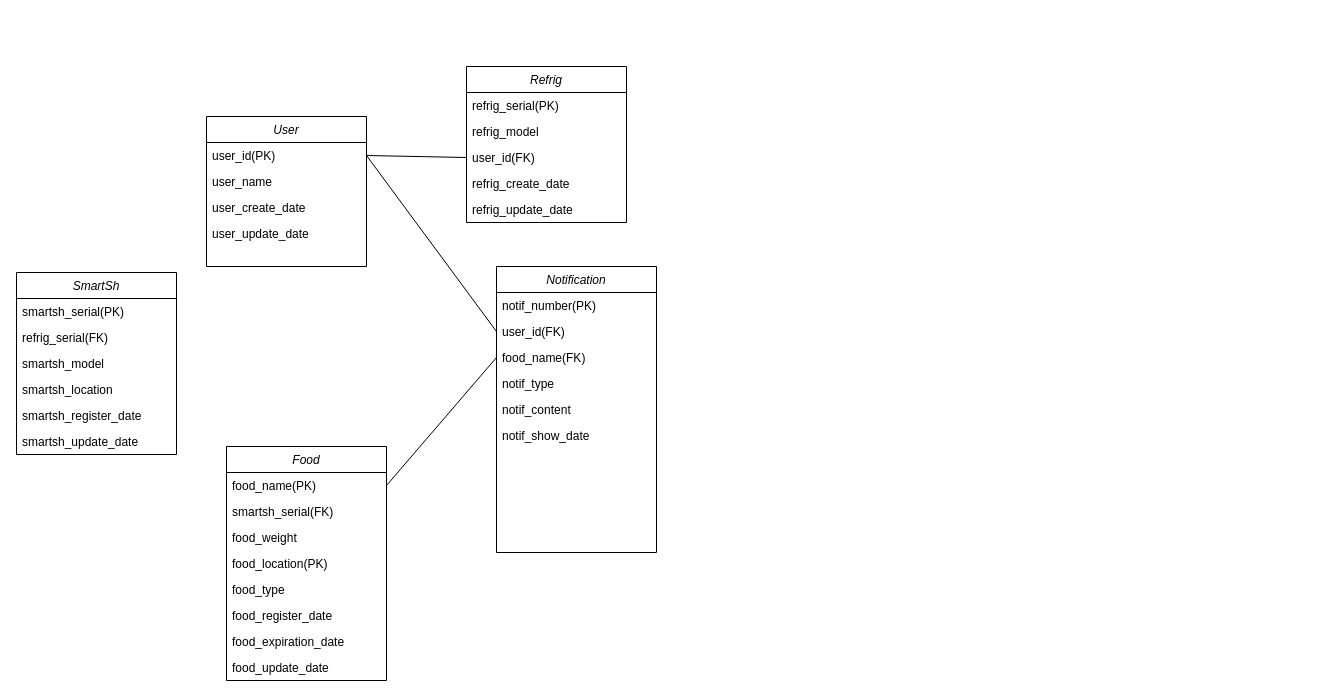
Earlier version of the draw.io diagram 클래스 다이어그램.drawio (coin-cidence/FT_ieland_Introduce). Source tidied: cells renumbered, new cells numbered last; positions are measured from the earlier drawing's top-left corner, leaving out a move shared by most shapes. Both pictures are drawn from the tidied source at 100%, with x=0, y=0 at pixel (16, 66).
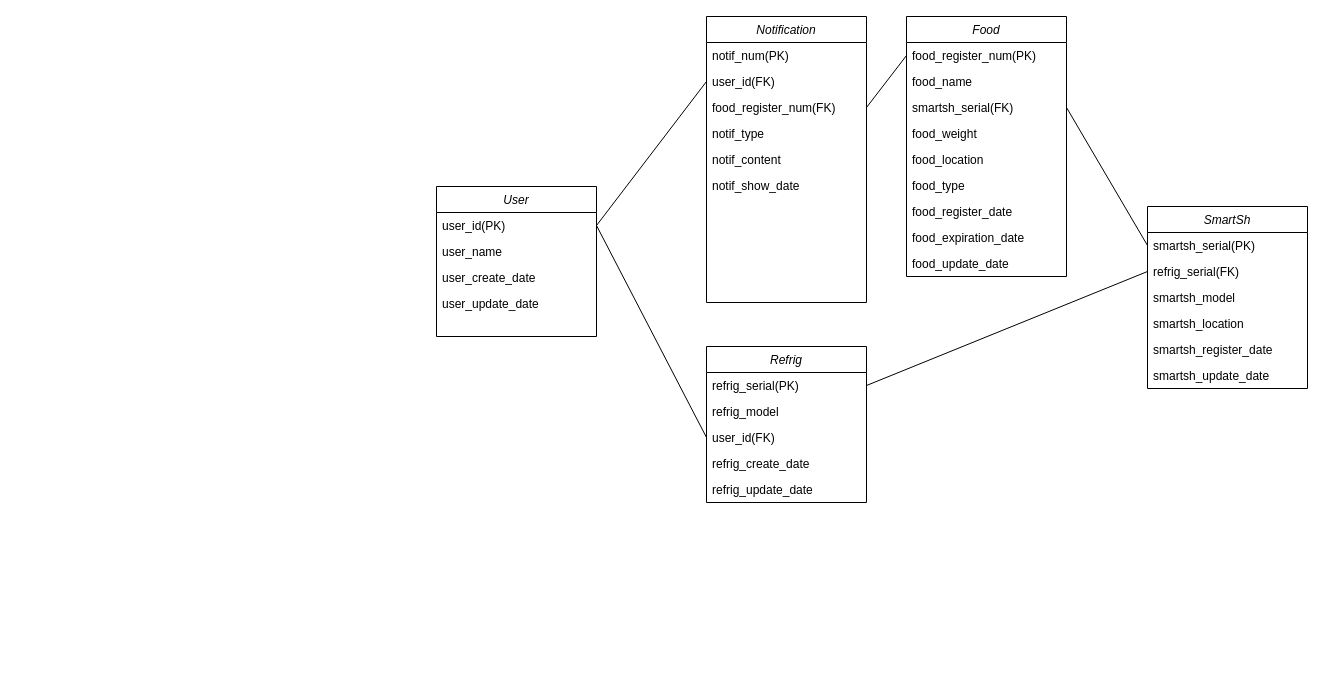
Above is the later version.

Commit message (it also covers changes not shown here):
클래스 다이어그램.drawio 업데이트

The change refers to these unchanged cells:
```xml
<mxCell id="8" value="refrig_serial(PK)" style="text;align=left;verticalAlign=top;spacingLeft=4;spacingRight=4;overflow=hidden;points=[[0,0.5],[1,0.5]];portConstraint=eastwest;" parent="7" vertex="1">
  <mxGeometry y="26" width="160" height="26" as="geometry" />
</mxCell>
<mxCell id="15" value="smartsh_serial(PK)" style="text;align=left;verticalAlign=top;spacingLeft=4;spacingRight=4;overflow=hidden;points=[[0,0.5],[1,0.5]];portConstraint=eastwest;" parent="14" vertex="1">
  <mxGeometry y="26" width="160" height="26" as="geometry" />
</mxCell>
<mxCell id="16" value="refrig_serial(FK)" style="text;align=left;verticalAlign=top;spacingLeft=4;spacingRight=4;overflow=hidden;points=[[0,0.5],[1,0.5]];portConstraint=eastwest;" parent="14" vertex="1">
  <mxGeometry y="52" width="160" height="26" as="geometry" />
</mxCell>
```

What changed in the source:
```diff
@@
     <mxCell id="2" value="User" style="swimlane;fontStyle=2;align=center;verticalAlign=top;horizontal=1;startSize=26;rounded=0;shadow=0;strokeWidth=1;" parent="1" vertex="1">
-      <mxGeometry x="190" y="50" width="160" height="150" as="geometry" />
+      <mxGeometry x="420" y="120" width="160" height="150" as="geometry" />
     </mxCell>
@@
     <mxCell id="7" value="Refrig" style="swimlane;fontStyle=2;align=center;verticalAlign=top;horizontal=1;startSize=26;rounded=0;shadow=0;strokeWidth=1;" parent="1" vertex="1">
-      <mxGeometry x="450" width="160" height="156" as="geometry" />
+      <mxGeometry x="690" y="280" width="160" height="156" as="geometry" />
     </mxCell>
@@
     <mxCell id="14" value="SmartSh" style="swimlane;fontStyle=2;align=center;verticalAlign=top;horizontal=1;startSize=26;rounded=0;shadow=0;strokeWidth=1;" parent="1" vertex="1">
-      <mxGeometry y="206" width="160" height="182" as="geometry" />
+      <mxGeometry x="1131" y="140" width="160" height="182" as="geometry" />
     </mxCell>
@@
     <mxCell id="21" value="Food" style="swimlane;fontStyle=2;align=center;verticalAlign=top;horizontal=1;startSize=26;rounded=0;shadow=0;strokeWidth=1;" parent="1" vertex="1">
-      <mxGeometry x="210" y="380" width="160" height="234" as="geometry" />
+      <mxGeometry x="890" y="-50" width="160" height="260" as="geometry" />
     </mxCell>
+    <mxCell id="39" value="food_register_num(PK)" style="text;align=left;verticalAlign=top;spacingLeft=4;spacingRight=4;overflow=hidden;points=[[0,0.5],[1,0.5]];portConstraint=eastwest;" parent="21" vertex="1">
+      <mxGeometry y="26" width="160" height="26" as="geometry" />
+    </mxCell>
-    <mxCell id="22" value="food_name(PK)" style="text;align=left;verticalAlign=top;spacingLeft=4;spacingRight=4;overflow=hidden;points=[[0,0.5],[1,0.5]];portConstraint=eastwest;" parent="21" vertex="1">
-      <mxGeometry y="26" width="160" height="26" as="geometry" />
+    <mxCell id="22" value="food_name" style="text;align=left;verticalAlign=top;spacingLeft=4;spacingRight=4;overflow=hidden;points=[[0,0.5],[1,0.5]];portConstraint=eastwest;" parent="21" vertex="1">
+      <mxGeometry y="52" width="160" height="26" as="geometry" />
     </mxCell>
     <mxCell id="23" value="smartsh_serial(FK)" style="text;align=left;verticalAlign=top;spacingLeft=4;spacingRight=4;overflow=hidden;points=[[0,0.5],[1,0.5]];portConstraint=eastwest;" parent="21" vertex="1">
-      <mxGeometry y="52" width="160" height="26" as="geometry" />
+      <mxGeometry y="78" width="160" height="26" as="geometry" />
     </mxCell>
     <mxCell id="24" value="food_weight" style="text;align=left;verticalAlign=top;spacingLeft=4;spacingRight=4;overflow=hidden;rounded=0;shadow=0;html=0;" parent="21" vertex="1">
-      <mxGeometry y="78" width="160" height="26" as="geometry" />
+      <mxGeometry y="104" width="160" height="26" as="geometry" />
     </mxCell>
-    <mxCell id="25" value="food_location(PK)" style="text;align=left;verticalAlign=top;spacingLeft=4;spacingRight=4;overflow=hidden;rounded=0;shadow=0;html=0;" parent="21" vertex="1">
-      <mxGeometry y="104" width="160" height="26" as="geometry" />
+    <mxCell id="25" value="food_location" style="text;align=left;verticalAlign=top;spacingLeft=4;spacingRight=4;overflow=hidden;rounded=0;shadow=0;html=0;" parent="21" vertex="1">
+      <mxGeometry y="130" width="160" height="26" as="geometry" />
     </mxCell>
     <mxCell id="26" value="food_type" style="text;align=left;verticalAlign=top;spacingLeft=4;spacingRight=4;overflow=hidden;" parent="21" vertex="1">
-      <mxGeometry y="130" width="160" height="26" as="geometry" />
+      <mxGeometry y="156" width="160" height="26" as="geometry" />
     </mxCell>
     <mxCell id="27" value="food_register_date" style="text;align=left;verticalAlign=top;spacingLeft=4;spacingRight=4;overflow=hidden;rounded=0;shadow=0;html=0;" parent="21" vertex="1">
-      <mxGeometry y="156" width="160" height="26" as="geometry" />
+      <mxGeometry y="182" width="160" height="26" as="geometry" />
     </mxCell>
     <mxCell id="28" value="food_expiration_date" style="text;align=left;verticalAlign=top;spacingLeft=4;spacingRight=4;overflow=hidden;" parent="21" vertex="1">
-      <mxGeometry y="182" width="160" height="26" as="geometry" />
+      <mxGeometry y="208" width="160" height="26" as="geometry" />
     </mxCell>
     <mxCell id="29" value="food_update_date" style="text;align=left;verticalAlign=top;spacingLeft=4;spacingRight=4;overflow=hidden;" parent="21" vertex="1">
-      <mxGeometry y="208" width="160" height="26" as="geometry" />
+      <mxGeometry y="234" width="160" height="26" as="geometry" />
     </mxCell>
     <mxCell id="30" value="Notification" style="swimlane;fontStyle=2;align=center;verticalAlign=top;horizontal=1;startSize=26;rounded=0;shadow=0;strokeWidth=1;" parent="1" vertex="1">
-      <mxGeometry x="480" y="200" width="160" height="286" as="geometry" />
+      <mxGeometry x="690" y="-50" width="160" height="286" as="geometry" />
     </mxCell>
-    <mxCell id="31" value="notif_number(PK)" style="text;align=left;verticalAlign=top;spacingLeft=4;spacingRight=4;overflow=hidden;" parent="30" vertex="1">
+    <mxCell id="31" value="notif_num(PK)" style="text;align=left;verticalAlign=top;spacingLeft=4;spacingRight=4;overflow=hidden;" parent="30" vertex="1">
       <mxGeometry y="26" width="160" height="26" as="geometry" />
     </mxCell>
@@
-    <mxCell id="33" value="food_name(FK)" style="text;align=left;verticalAlign=top;spacingLeft=4;spacingRight=4;overflow=hidden;points=[[0,0.5],[1,0.5]];portConstraint=eastwest;" parent="30" vertex="1">
+    <mxCell id="33" value="food_register_num(FK)" style="text;align=left;verticalAlign=top;spacingLeft=4;spacingRight=4;overflow=hidden;points=[[0,0.5],[1,0.5]];portConstraint=eastwest;" parent="30" vertex="1">
       <mxGeometry y="78" width="160" height="26" as="geometry" />
     </mxCell>
@@
-    <mxCell id="38" style="endArrow=none;html=1;rounded=0;exitX=1;exitY=0.5;exitDx=0;exitDy=0;entryX=0;entryY=0.5;entryDx=0;entryDy=0;" parent="1" edge="1" source="22" target="33">
+    <mxCell id="38" style="endArrow=none;html=1;rounded=0;exitX=0;exitY=0.5;exitDx=0;exitDy=0;entryX=1;entryY=0.5;entryDx=0;entryDy=0;" parent="1" edge="1" source="39" target="33">
       <mxGeometry relative="1" as="geometry" />
     </mxCell>
+    <mxCell id="40" style="endArrow=none;html=1;rounded=0;entryX=0;entryY=0.5;entryDx=0;entryDy=0;exitX=1;exitY=0.5;exitDx=0;exitDy=0;" parent="1" edge="1" source="23" target="15">
+      <mxGeometry relative="1" as="geometry" />
+    </mxCell>
+    <mxCell id="41" style="endArrow=none;html=1;rounded=0;exitX=1;exitY=0.5;exitDx=0;exitDy=0;entryX=0;entryY=0.5;entryDx=0;entryDy=0;" parent="1" edge="1" source="8" target="16">
+      <mxGeometry relative="1" as="geometry" />
+    </mxCell>
```
